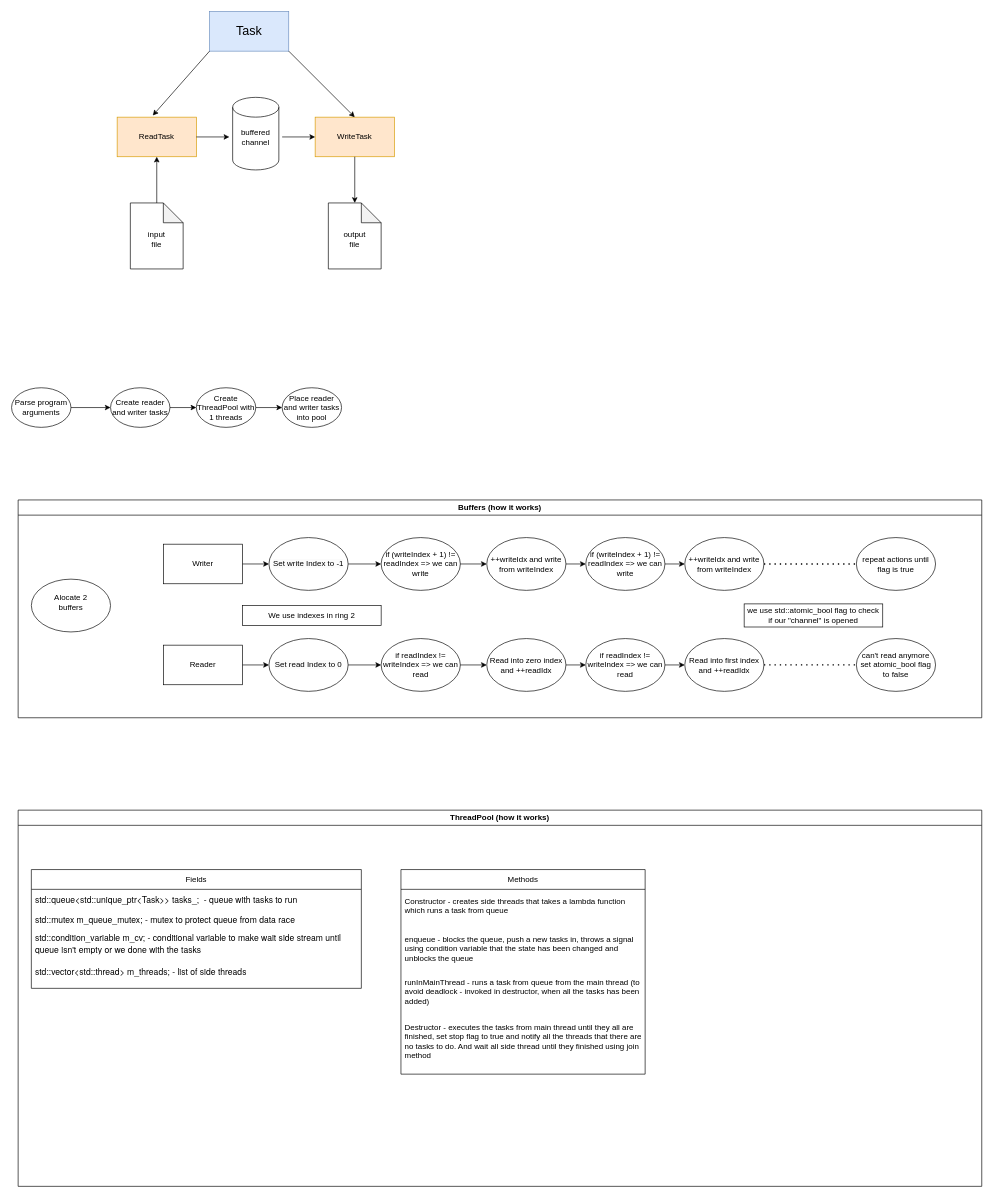
The draw.io diagram CopyUtility.drawio in VladimirTakeda/Epam-cpp, before the edit. Source tidied: cells renumbered, new cells numbered last; positions are measured from the earlier drawing's top-left corner, leaving out a move shared by most shapes. Both pictures are drawn from the tidied source at 66%, with x=0, y=0 at pixel (11, 11).
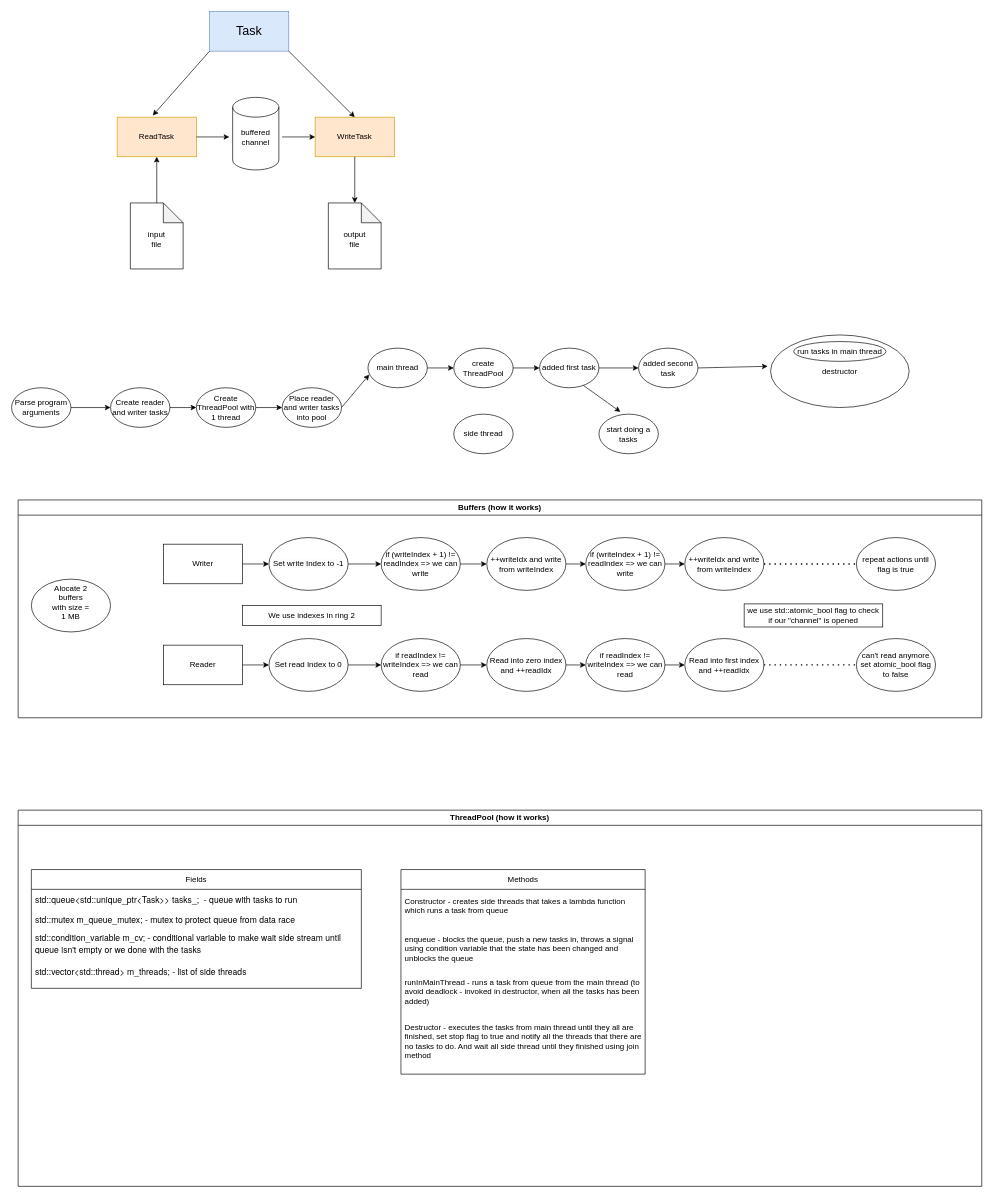
The same diagram, later.

Unchanged cells that the change refers to:
```xml
<mxCell id="25" value="Place reader and writer tasks into pool" style="ellipse;whiteSpace=wrap;html=1;" parent="1" vertex="1">
  <mxGeometry x="410" y="570" width="90" height="60" as="geometry" />
</mxCell>
<mxCell id="27" value="Buffers (how it works)" style="swimlane;whiteSpace=wrap;html=1;" parent="1" vertex="1">
  <mxGeometry x="10" y="740" width="1460" height="330" as="geometry" />
</mxCell>
```

The edit, as a diff of the source:
```diff
@@
-    <mxCell id="23" value="Create ThreadPool with 1 threads" style="ellipse;whiteSpace=wrap;html=1;" parent="1" vertex="1">
+    <mxCell id="23" value="Create ThreadPool with 1 thread" style="ellipse;whiteSpace=wrap;html=1;" parent="1" vertex="1">
       <mxGeometry x="280" y="570" width="90" height="60" as="geometry" />
     </mxCell>
@@
-    <mxCell id="29" value="Alocate 2 buffers" style="text;html=1;align=center;verticalAlign=middle;whiteSpace=wrap;rounded=0;" parent="27" vertex="1">
+    <mxCell id="29" value="Alocate 2 buffers with size = 1 MB" style="text;html=1;align=center;verticalAlign=middle;whiteSpace=wrap;rounded=0;" parent="27" vertex="1">
       <mxGeometry x="50" y="140" width="60" height="30" as="geometry" />
     </mxCell>
@@
+    <mxCell id="69" value="main thread" style="ellipse;whiteSpace=wrap;html=1;" parent="1" vertex="1">
+      <mxGeometry x="540" y="510" width="90" height="60" as="geometry" />
+    </mxCell>
+    <mxCell id="70" value="side thread" style="ellipse;whiteSpace=wrap;html=1;" parent="1" vertex="1">
+      <mxGeometry x="670" y="610" width="90" height="60" as="geometry" />
+    </mxCell>
+    <mxCell id="71" value="start doing a tasks" style="ellipse;whiteSpace=wrap;html=1;" parent="1" vertex="1">
+      <mxGeometry x="890" y="610" width="90" height="60" as="geometry" />
+    </mxCell>
+    <mxCell id="72" value="create ThreadPool" style="ellipse;whiteSpace=wrap;html=1;" parent="1" vertex="1">
+      <mxGeometry x="670" y="510" width="90" height="60" as="geometry" />
+    </mxCell>
+    <mxCell id="73" value="added second task" style="ellipse;whiteSpace=wrap;html=1;" parent="1" vertex="1">
+      <mxGeometry x="950" y="510" width="90" height="60" as="geometry" />
+    </mxCell>
+    <mxCell id="74" value="destructor" style="ellipse;whiteSpace=wrap;html=1;" parent="1" vertex="1">
+      <mxGeometry x="1150" y="490" width="210" height="110" as="geometry" />
+    </mxCell>
+    <mxCell id="75" value="run tasks in main thread" style="ellipse;whiteSpace=wrap;html=1;" parent="1" vertex="1">
+      <mxGeometry x="1185" y="500" width="140" height="30" as="geometry" />
+    </mxCell>
+    <mxCell id="76" style="endArrow=classic;html=1;rounded=0;exitX=1;exitY=0.5;exitDx=0;exitDy=0;entryX=0;entryY=0.5;entryDx=0;entryDy=0;" parent="1" edge="1" source="69" target="72">
+      <mxGeometry relative="1" as="geometry" />
+    </mxCell>
+    <mxCell id="77" style="endArrow=classic;html=1;rounded=0;exitX=1;exitY=0.5;exitDx=0;exitDy=0;entryX=0.022;entryY=0.667;entryDx=0;entryDy=0;entryPerimeter=0;" parent="1" edge="1" source="25" target="69">
+      <mxGeometry relative="1" as="geometry" />
+    </mxCell>
+    <mxCell id="78" value="added first task" style="ellipse;whiteSpace=wrap;html=1;" parent="1" vertex="1">
+      <mxGeometry x="800" y="510" width="90" height="60" as="geometry" />
+    </mxCell>
+    <mxCell id="79" style="endArrow=classic;html=1;rounded=0;exitX=1;exitY=0.5;exitDx=0;exitDy=0;entryX=0;entryY=0.5;entryDx=0;entryDy=0;" parent="1" edge="1" source="72" target="78">
+      <mxGeometry relative="1" as="geometry" />
+    </mxCell>
+    <mxCell id="80" style="endArrow=classic;html=1;rounded=0;exitX=1;exitY=0.5;exitDx=0;exitDy=0;entryX=-0.021;entryY=0.432;entryDx=0;entryDy=0;entryPerimeter=0;" parent="1" edge="1" source="73" target="74">
+      <mxGeometry relative="1" as="geometry" />
+    </mxCell>
+    <mxCell id="81" style="endArrow=classic;html=1;rounded=0;exitX=1;exitY=0.5;exitDx=0;exitDy=0;entryX=0;entryY=0.5;entryDx=0;entryDy=0;" parent="1" edge="1" source="78" target="73">
+      <mxGeometry relative="1" as="geometry" />
+    </mxCell>
+    <mxCell id="82" style="endArrow=classic;html=1;rounded=0;exitX=0.739;exitY=0.942;exitDx=0;exitDy=0;exitPerimeter=0;entryX=0.361;entryY=-0.058;entryDx=0;entryDy=0;entryPerimeter=0;" parent="1" edge="1" source="78" target="71">
+      <mxGeometry relative="1" as="geometry" />
+    </mxCell>
```
